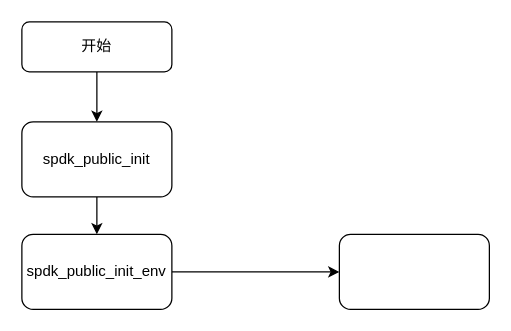
Before: spdk_public.drawio in hayden-pzhou/drawioChart, a draw.io diagram. Source tidied: cells renumbered, new cells numbered last; positions are measured from the earlier drawing's top-left corner, leaving out a move shared by most shapes. Both pictures are drawn from the tidied source at 125%, with x=0, y=0 at pixel (21, 21).
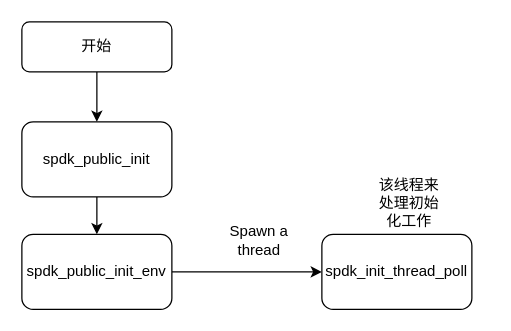
Above is the later version.

The edit, as a diff of the source:
```diff
@@
 <mxGraphModel>
   <root>
     <mxCell id="0" />
     <mxCell id="1" parent="0" />
     <mxCell id="2" style="edgeStyle=orthogonalEdgeStyle;rounded=0;jettySize=auto;html=1;" parent="1" edge="1" source="3" target="5">
       <mxGeometry relative="1" as="geometry" />
     </mxCell>
     <mxCell id="3" value="开始" style="rounded=1;whiteSpace=wrap;html=1;fontSize=12;glass=0;strokeWidth=1;shadow=0;" parent="1" vertex="1">
       <mxGeometry width="120" height="40" as="geometry" />
     </mxCell>
     <mxCell id="4" style="edgeStyle=orthogonalEdgeStyle;rounded=0;jettySize=auto;html=1;" parent="1" edge="1" source="5" target="7">
       <mxGeometry relative="1" as="geometry" />
     </mxCell>
     <mxCell id="5" value="spdk_public_init" style="rounded=1;whiteSpace=wrap;html=1;glass=0;strokeWidth=1;shadow=0;" parent="1" vertex="1">
       <mxGeometry y="80" width="120" height="60" as="geometry" />
     </mxCell>
     <mxCell id="6" style="edgeStyle=orthogonalEdgeStyle;rounded=0;jettySize=auto;html=1;" parent="1" edge="1" source="7" target="8">
       <mxGeometry relative="1" as="geometry" />
     </mxCell>
     <mxCell id="7" value="spdk_public_init_env" style="rounded=1;whiteSpace=wrap;html=1;glass=0;strokeWidth=1;shadow=0;" parent="1" vertex="1">
       <mxGeometry y="170" width="120" height="60" as="geometry" />
     </mxCell>
-    <mxCell id="8" style="whiteSpace=wrap;html=1;rounded=1;glass=0;strokeWidth=1;shadow=0;" parent="1" vertex="1">
-      <mxGeometry x="254" y="170" width="120" height="60" as="geometry" />
+    <mxCell id="8" value="spdk_init_thread_poll" style="whiteSpace=wrap;html=1;rounded=1;glass=0;strokeWidth=1;shadow=0;" parent="1" vertex="1">
+      <mxGeometry x="240" y="170" width="120" height="60" as="geometry" />
     </mxCell>
+    <mxCell id="9" value="Spawn a thread" style="text;strokeColor=none;align=center;fillColor=none;html=1;verticalAlign=middle;whiteSpace=wrap;rounded=0;" parent="1" vertex="1">
+      <mxGeometry x="160" y="160" width="60" height="30" as="geometry" />
+    </mxCell>
+    <mxCell id="10" value="该线程来处理初始化工作" style="text;strokeColor=none;align=center;fillColor=none;html=1;verticalAlign=middle;whiteSpace=wrap;rounded=0;" parent="1" vertex="1">
+      <mxGeometry x="280" y="130" width="60" height="30" as="geometry" />
+    </mxCell>
   </root>
 </mxGraphModel>
```
